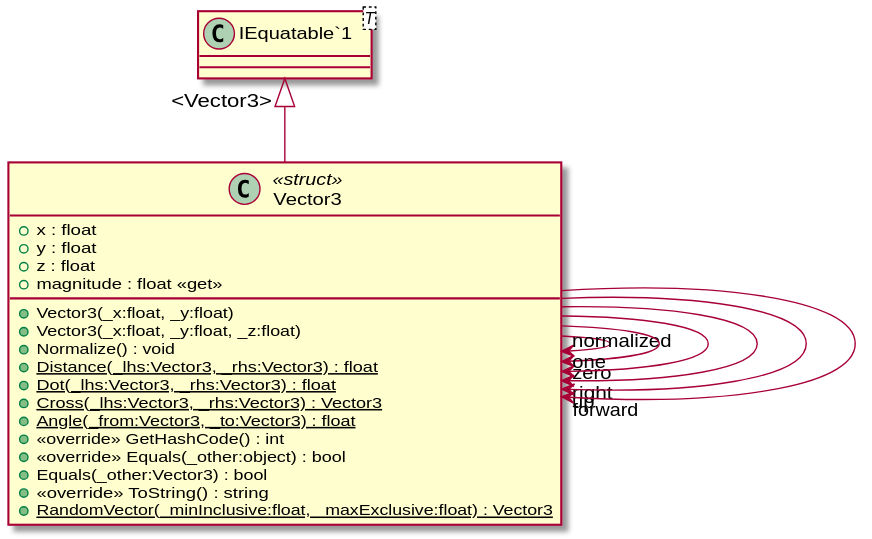
Earlier version of the PlantUML export UML/Core/Math/Vector3.svg (Zaephus/GraphicsProgramming). The source it was exported from:
```plantuml
@startuml
class Vector3 <<struct>> {
    + x : float
    + y : float
    + z : float
    + Vector3(_x:float, _y:float)
    + Vector3(_x:float, _y:float, _z:float)
    + magnitude : float <<get>>
    + Normalize() : void
    + {static} Distance(_lhs:Vector3, _rhs:Vector3) : float
    + {static} Dot(_lhs:Vector3, _rhs:Vector3) : float
    + {static} Cross(_lhs:Vector3, _rhs:Vector3) : Vector3
    + {static} Angle(_from:Vector3, _to:Vector3) : float
    + <<override>> GetHashCode() : int
    + <<override>> Equals(_other:object) : bool
    + Equals(_other:Vector3) : bool
    + <<override>> ToString() : string
    + {static} RandomVector(_minInclusive:float, _maxExclusive:float) : Vector3
}
class "IEquatable`1"<T> {
}
"IEquatable`1" "<Vector3>" <|-- Vector3
Vector3 --> "normalized" Vector3
Vector3 --> "zero" Vector3
Vector3 --> "one" Vector3
Vector3 --> "right" Vector3
Vector3 --> "up" Vector3
Vector3 --> "forward" Vector3
@enduml
```
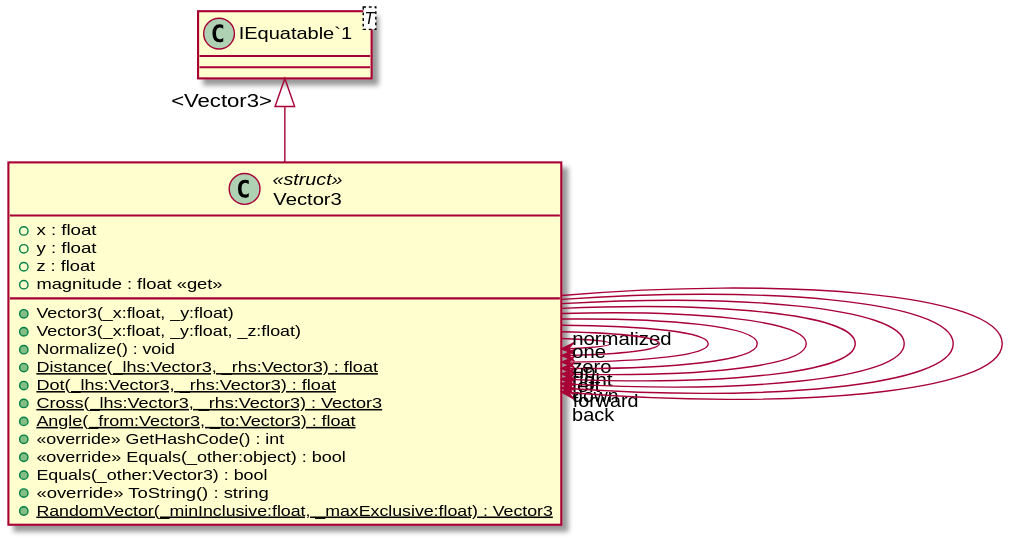
After the change.

Diff of the diagram source:
```diff
@@ -24,6 +24,9 @@
 Vector3 --> "zero" Vector3
 Vector3 --> "one" Vector3
 Vector3 --> "right" Vector3
+Vector3 --> "left" Vector3
 Vector3 --> "up" Vector3
+Vector3 --> "down" Vector3
 Vector3 --> "forward" Vector3
+Vector3 --> "back" Vector3
 @enduml
```
